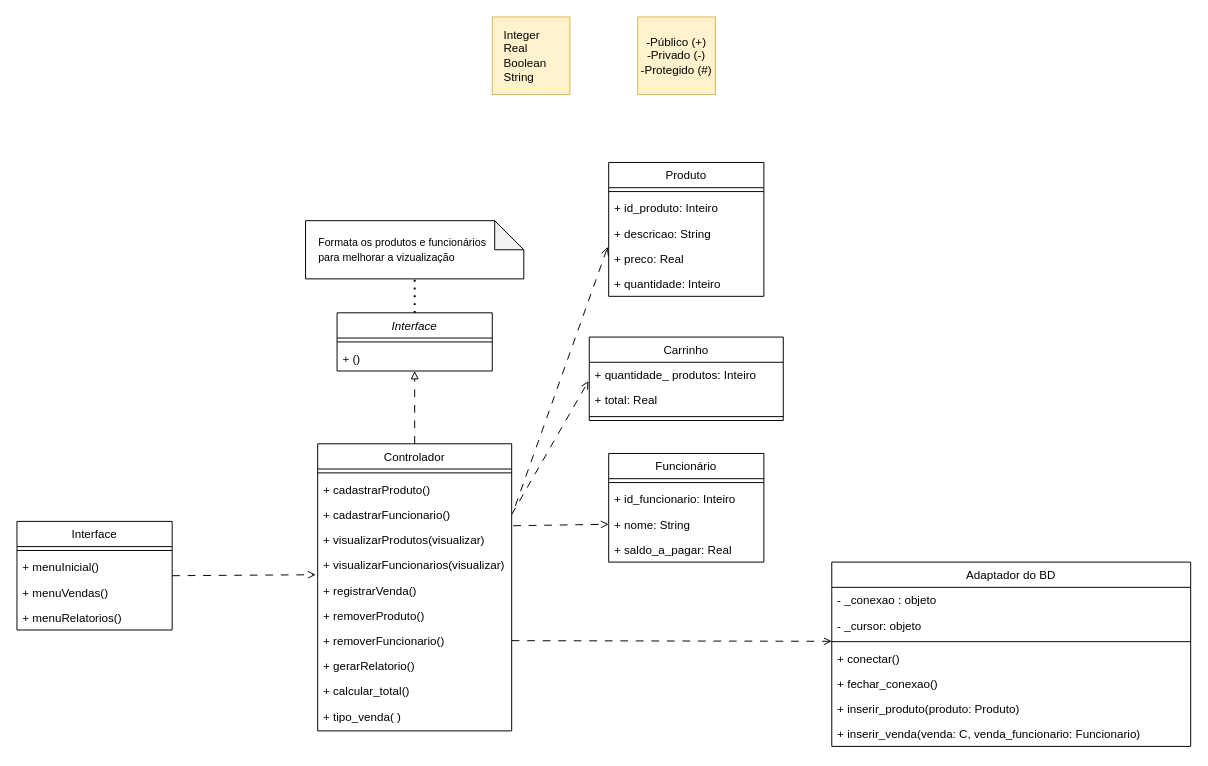
Before: projeto com mvc.drawio in Pedrocs50/Projeto-Cantina, a draw.io diagram. Source tidied: cells renumbered, new cells numbered last; positions are measured from the earlier drawing's top-left corner, leaving out a move shared by most shapes. Both pictures are drawn from the tidied source at 97%, with x=0, y=0 at pixel (16, 16).
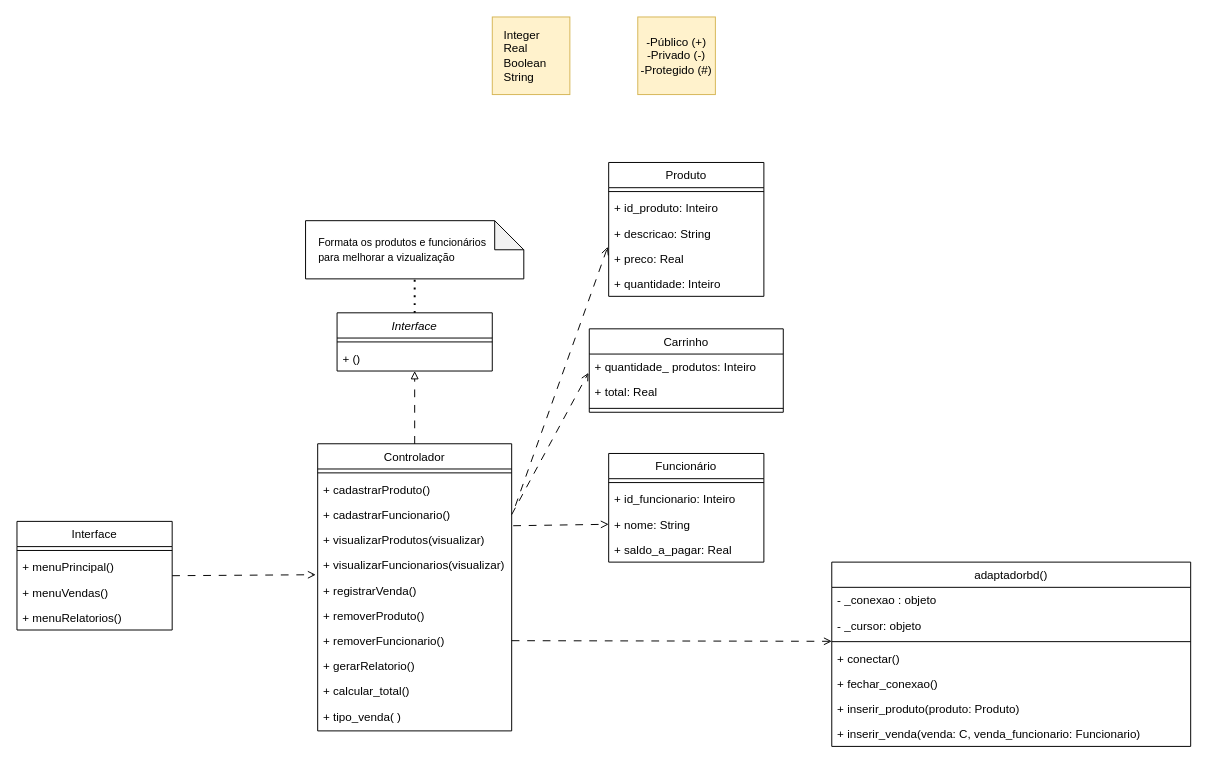
After the change.

The change refers to these unchanged cells:
```xml
<mxCell id="30" value="Interface" style="swimlane;fontStyle=0;align=center;verticalAlign=top;horizontal=1;startSize=26;rounded=0;shadow=0;strokeWidth=1;" parent="1" vertex="1">
  <mxGeometry y="520" width="160" height="112" as="geometry" />
</mxCell>
```

Change to the diagram source:
```diff
@@
-    <mxCell id="32" value="+ menuInicial()" style="text;align=left;verticalAlign=top;spacingLeft=4;spacingRight=4;overflow=hidden;" parent="30" vertex="1">
+    <mxCell id="32" value="+ menuPrincipal()" style="text;align=left;verticalAlign=top;spacingLeft=4;spacingRight=4;overflow=hidden;" parent="30" vertex="1">
       <mxGeometry y="34" width="160" height="26" as="geometry" />
     </mxCell>
@@
-    <mxCell id="38" value="Adaptador do BD" style="swimlane;fontStyle=0;align=center;verticalAlign=top;horizontal=1;startSize=26;rounded=0;shadow=0;strokeWidth=1;" parent="1" vertex="1">
+    <mxCell id="38" value="adaptadorbd()" style="swimlane;fontStyle=0;align=center;verticalAlign=top;horizontal=1;startSize=26;rounded=0;shadow=0;strokeWidth=1;" parent="1" vertex="1">
       <mxGeometry x="840" y="562" width="370" height="190" as="geometry" />
     </mxCell>
@@
     <mxCell id="53" value="Carrinho" style="swimlane;fontStyle=0;align=center;verticalAlign=top;horizontal=1;startSize=26;rounded=0;shadow=0;strokeWidth=1;" parent="1" vertex="1">
-      <mxGeometry x="590" y="330" width="200" height="86" as="geometry" />
+      <mxGeometry x="590" y="321.5" width="200" height="86" as="geometry" />
     </mxCell>
```
